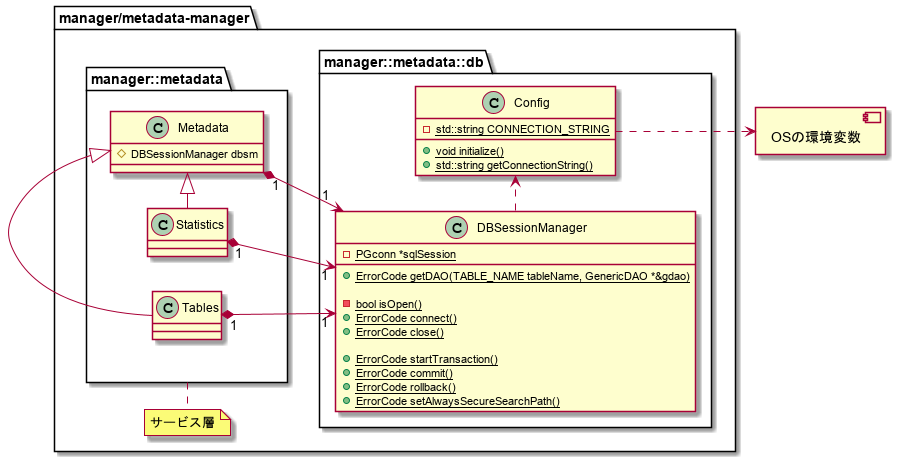
Above: metadata-manager/docs/statistic/02.FD/out/uml/ClassDiagram_detail/ClassDiagram_detail_dbsm.png in project-tsurugi/metadata-manager (PlantUML), before the change. The source it was exported from:
```plantuml
@startuml ClassDiagram_detail_dbsm
left to right direction
allowmixing

package "manager/metadata-manager" {
  package manager::metadata as manager_metadata{

    class "Metadata" as Metadata {
      {field}#DBSessionManager dbsm
    }

    class Statistics {
    }

    class Tables{
    }

  }

  package manager::metadata::db{

    class "DBSessionManager" as DBSM {
      {field}-{static}PGconn *sqlSession

      {method}+{static}ErrorCode getDAO(TABLE_NAME tableName, GenericDAO *&gdao)
      {method}
      {method}-{static}bool isOpen()
      {method}+{static}ErrorCode connect()
      {method}+{static}ErrorCode close()
      {method}
      {method}+{static}ErrorCode startTransaction()
      {method}+{static}ErrorCode commit()
      {method}+{static}ErrorCode rollback()
      {method}+{static}ErrorCode setAlwaysSecureSearchPath()
    }

    class Config {
      {field}-{static}std::string CONNECTION_STRING
      {method}+{static}void initialize()
      {method}+{static}std::string getConnectionString()
    }
  }

  note bottom of manager_metadata
  サービス層
  end note

  Metadata "1" *--> "1" DBSM
  Tables "1" *--> "1" DBSM
  Statistics "1" *--> "1" DBSM
  Statistics -|> Metadata
  Tables -|> Metadata

  DBSM .> Config

}

component "OSの環境変数" as os
Config ..> os

@enduml
```
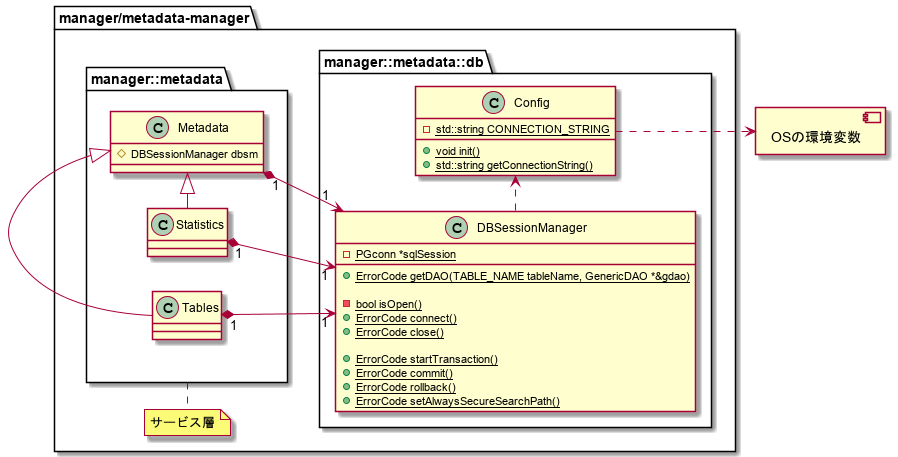
After the change.

Diff of the diagram source:
```diff
@@ -36,7 +36,7 @@
 
     class Config {
       {field}-{static}std::string CONNECTION_STRING
-      {method}+{static}void initialize()
+      {method}+{static}void init()
       {method}+{static}std::string getConnectionString()
     }
   }
```
